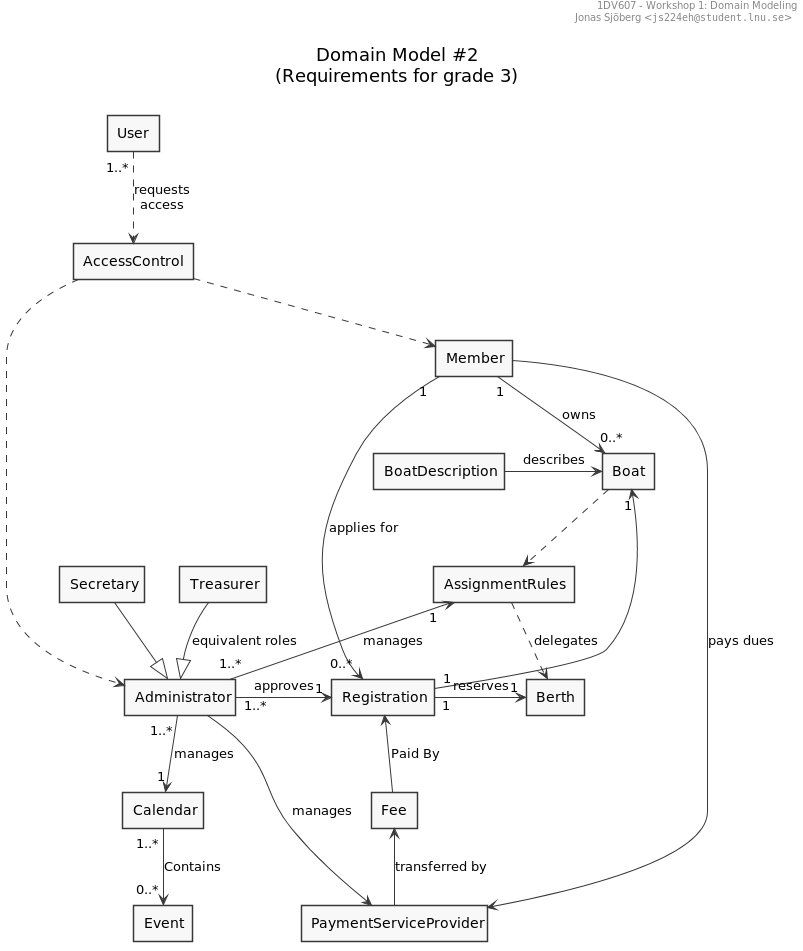
Before: workshop1/uml/domain-model_2.png, a diagram exported from PlantUML (jonasjberg/1dv607_workshop1).
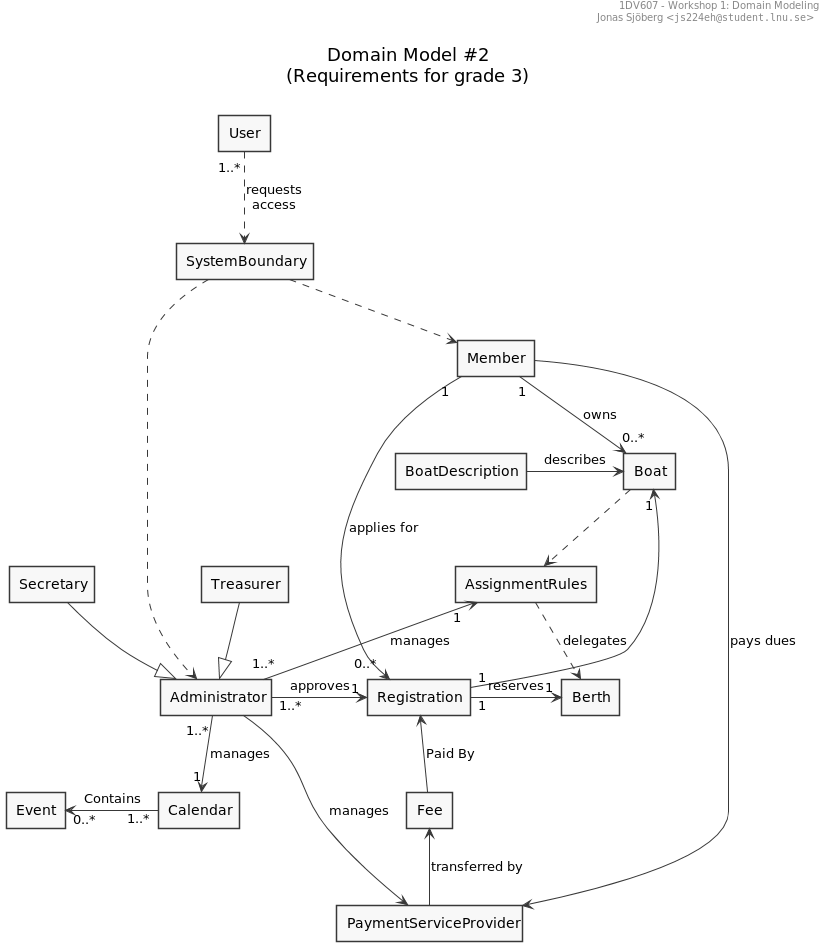
After the change.

Commit message:
Update Domain Model #{2..3}

Change to the diagram source:
```diff
@@ -20,7 +20,7 @@
 agent Treasurer
 agent Secretary
 
-agent AccessControl
+agent SystemBoundary
 agent Berth
 agent Boat
 agent BoatDescription
@@ -32,15 +32,15 @@
 
 agent PaymentServiceProvider
 
-AccessControl ..> Member
-AccessControl ..> Administrator
+SystemBoundary ..> Member
+SystemBoundary ..> Administrator
 
 BoatDescription -> Boat : describes
 
-Treasurer --|> Administrator : equivalent roles
+Treasurer --|> Administrator
 Secretary --|> Administrator
 
-User "1..*" ..> AccessControl : requests\naccess
+User "1..*" ..> SystemBoundary : requests\naccess
 
 Administrator "1..*" --> "1" Calendar : manages
 Administrator "1..*" --> "1" AssignmentRules : manages
@@ -53,7 +53,7 @@
 Registration "1" --> "1" Boat
 Registration "1" -> "1" Berth : reserves
 
-Calendar "1..*" --> "0..*" Event : Contains
+Event "0..*" <- "1..*" Calendar : Contains
 
 Boat ..> AssignmentRules
 AssignmentRules ..> Berth : delegates
```
